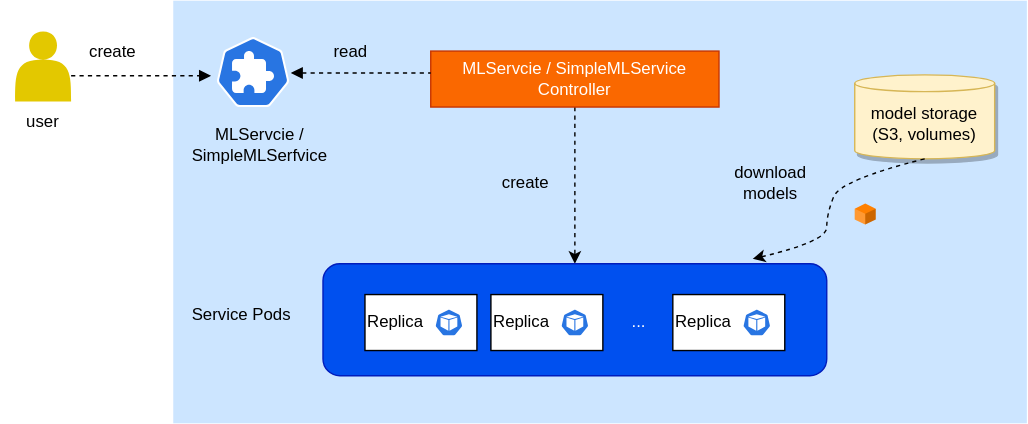
Before: src/assets/modules/deployment/architecture.drawio.svg, a diagram exported from draw.io (t9k/user-manuals). Source tidied: cells renumbered, new cells last; positions are measured from the earlier drawing's top-left corner, leaving out a move shared by most shapes.
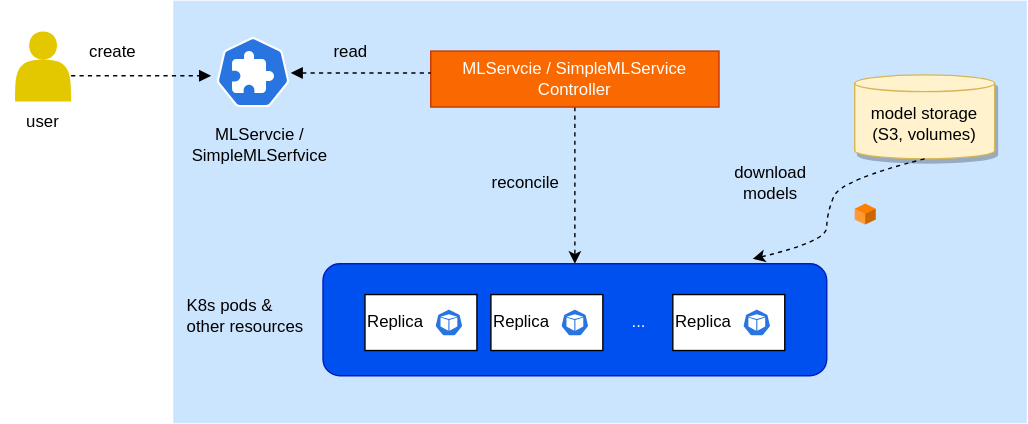
The same diagram one commit later.

What changed in the source:
```diff
@@ -86,11 +86,11 @@
         <mxPoint x="307" y="51.7" as="targetPoint" />
       </mxGeometry>
     </mxCell>
-    <mxCell id="26" value="create" style="text;html=1;strokeColor=none;fillColor=none;align=center;verticalAlign=middle;whiteSpace=wrap;rounded=0;" parent="1" vertex="1">
+    <mxCell id="26" value="reconcile" style="text;html=1;strokeColor=none;fillColor=none;align=center;verticalAlign=middle;whiteSpace=wrap;rounded=0;" parent="1" vertex="1">
       <mxGeometry x="345" y="115" width="60" height="30" as="geometry" />
     </mxCell>
-    <mxCell id="27" value="Service Pods" style="text;html=1;strokeColor=none;fillColor=none;align=center;verticalAlign=middle;whiteSpace=wrap;rounded=0;rotation=0;" parent="1" vertex="1">
-      <mxGeometry x="132" y="210" width="80" height="30" as="geometry" />
+    <mxCell id="27" value="K8s pods &amp;amp;&lt;br&gt;other resources" style="text;html=1;strokeColor=none;fillColor=none;align=left;verticalAlign=middle;whiteSpace=wrap;rounded=0;rotation=0;" parent="1" vertex="1">
+      <mxGeometry x="131" y="210" width="98" height="30" as="geometry" />
     </mxCell>
     <mxCell id="28" value="create" style="text;html=1;strokeColor=none;fillColor=none;align=center;verticalAlign=middle;whiteSpace=wrap;rounded=0;" parent="1" vertex="1">
       <mxGeometry x="60" y="27" width="40" height="20" as="geometry" />
```
